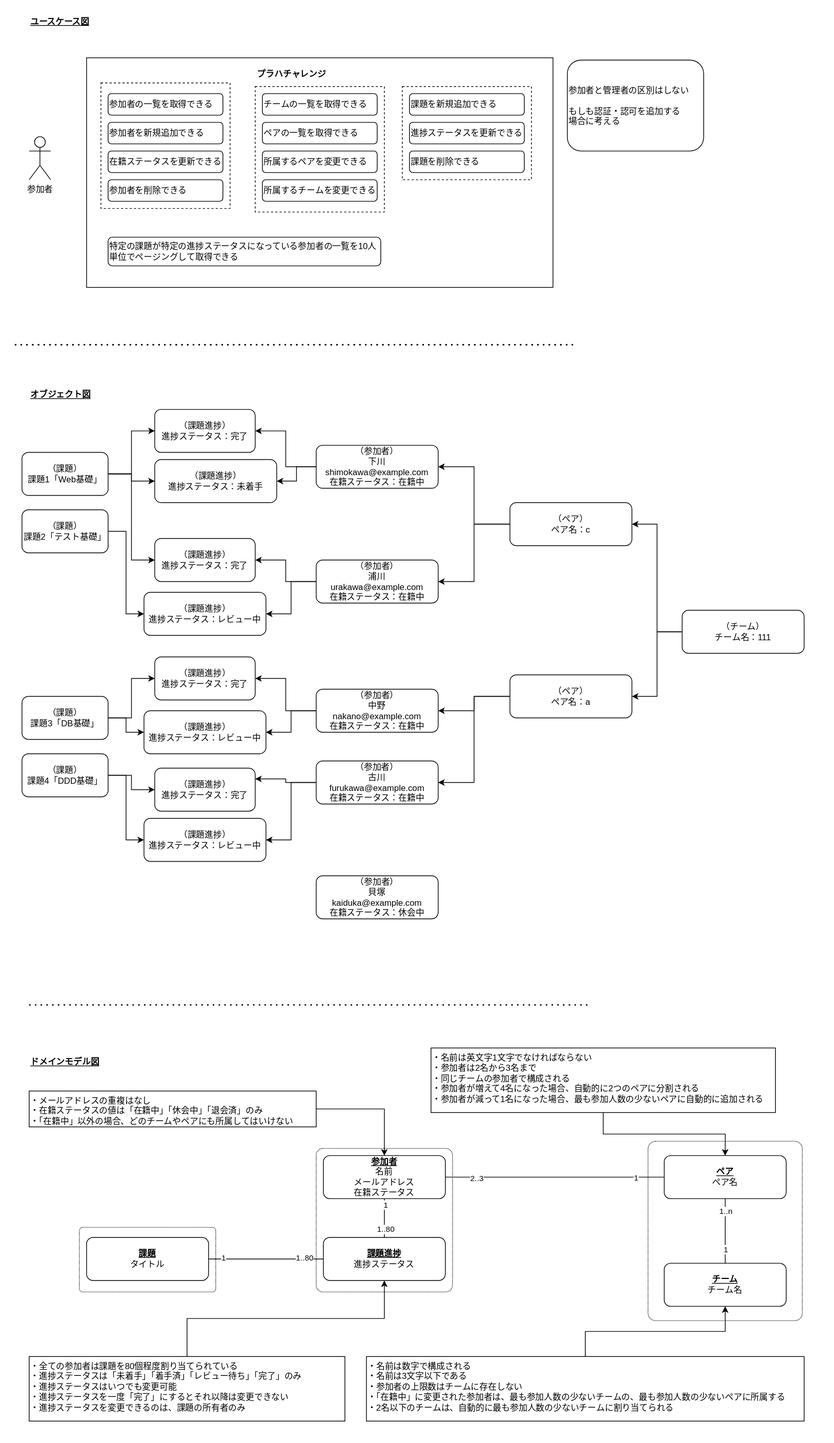
Above: modeling/modeling.drawio.svg in KeisukeShimokawa/praha-challenges-ddd (draw.io), before the change. Source tidied: cells renumbered, new cells last; positions are measured from the earlier drawing's top-left corner, leaving out a move shared by most shapes.
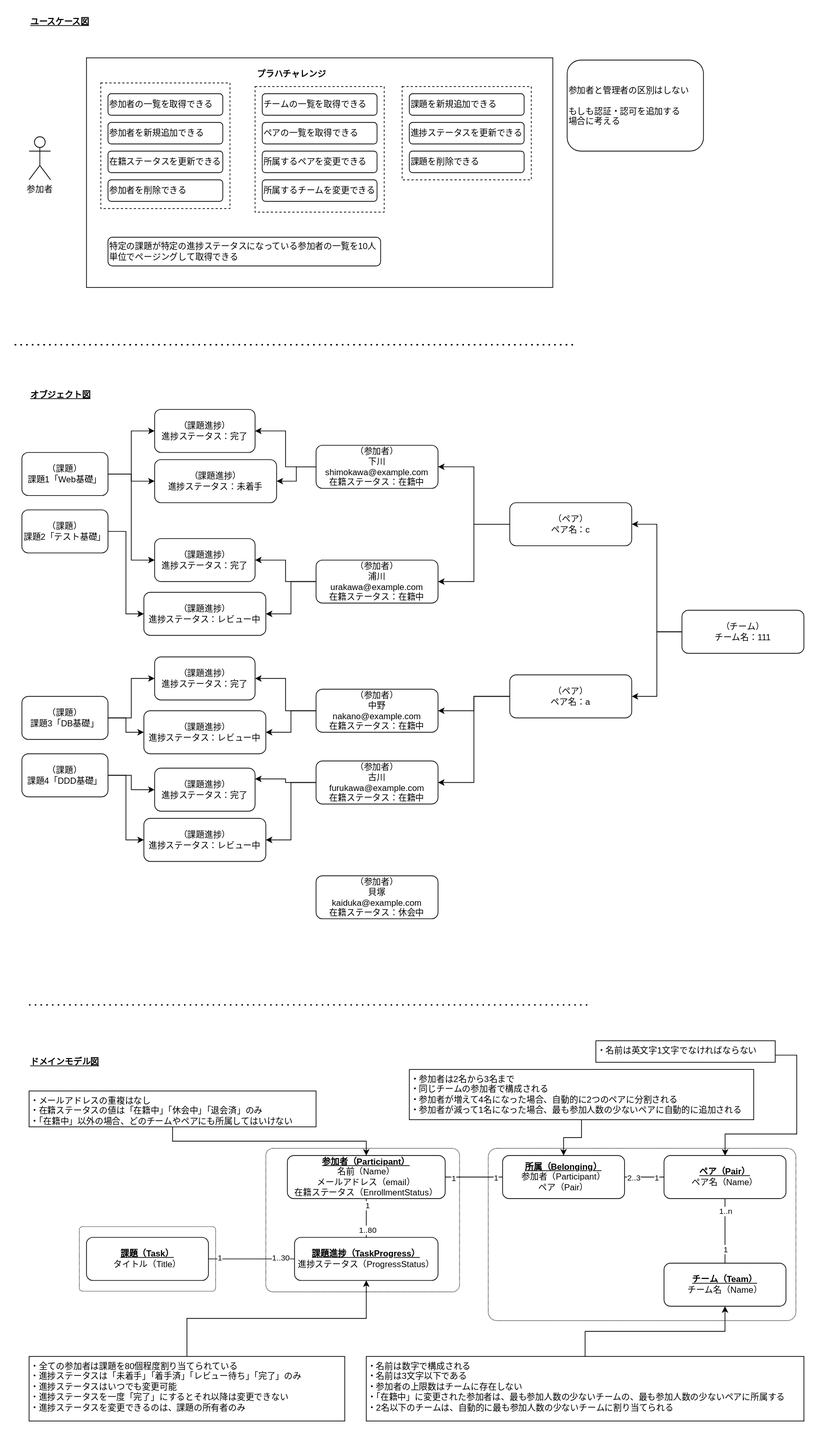
The same file after the commit.

Commit message:
feat: 参加者とペアの所属エンティティを別だし

What changed in the source:
```diff
@@ -2,6 +2,18 @@
   <root>
     <mxCell id="0" />
     <mxCell id="1" parent="0" />
+    <mxCell id="70" style="rounded=0;whiteSpace=wrap;html=1;strokeColor=none;" parent="1" vertex="1">
+      <mxGeometry y="1440" width="1160" height="570" as="geometry" />
+    </mxCell>
+    <mxCell id="93" style="rounded=1;whiteSpace=wrap;html=1;align=left;verticalAlign=top;fillColor=none;dashed=1;dashPattern=1 1;arcSize=5;" parent="1" vertex="1">
+      <mxGeometry x="370" y="1600" width="270" height="200" as="geometry" />
+    </mxCell>
+    <mxCell id="94" style="rounded=1;whiteSpace=wrap;html=1;align=left;verticalAlign=top;fillColor=none;dashed=1;dashPattern=1 1;arcSize=5;" parent="1" vertex="1">
+      <mxGeometry x="110" y="1709" width="190" height="90" as="geometry" />
+    </mxCell>
+    <mxCell id="99" style="rounded=1;whiteSpace=wrap;html=1;align=left;verticalAlign=top;fillColor=none;dashed=1;dashPattern=1 1;arcSize=5;" parent="1" vertex="1">
+      <mxGeometry x="680" y="1600" width="428.8" height="240" as="geometry" />
+    </mxCell>
     <mxCell id="2" style="rounded=0;whiteSpace=wrap;html=1;strokeColor=none;" parent="1" vertex="1">
       <mxGeometry width="990" height="440" as="geometry" />
     </mxCell>
@@ -215,28 +227,25 @@
         <mxPoint x="820" y="1400" as="targetPoint" />
       </mxGeometry>
     </mxCell>
-    <mxCell id="70" style="rounded=0;whiteSpace=wrap;html=1;strokeColor=none;" parent="1" vertex="1">
-      <mxGeometry y="1440" width="1160" height="570" as="geometry" />
-    </mxCell>
     <mxCell id="71" value="ドメインモデル図" style="text;html=1;align=left;verticalAlign=middle;strokeColor=none;fontStyle=5;" parent="1" vertex="1">
       <mxGeometry x="40" y="1470" width="110" height="20" as="geometry" />
     </mxCell>
-    <mxCell id="72" value="&lt;b&gt;&lt;u&gt;参加者&lt;/u&gt;&lt;/b&gt;&lt;br&gt;名前&lt;br&gt;メールアドレス&lt;br&gt;在籍ステータス" style="rounded=1;whiteSpace=wrap;html=1;" parent="1" vertex="1">
-      <mxGeometry x="450" y="1610" width="170" height="60" as="geometry" />
+    <mxCell id="72" value="&lt;b&gt;&lt;u&gt;参加者（Participant）&lt;/u&gt;&lt;/b&gt;&lt;br&gt;名前（Name）&lt;br&gt;メールアドレス（email）&lt;br&gt;在籍ステータス（EnrollmentStatus）" style="rounded=1;whiteSpace=wrap;html=1;" parent="1" vertex="1">
+      <mxGeometry x="400" y="1610" width="220" height="60" as="geometry" />
     </mxCell>
-    <mxCell id="73" value="&lt;b&gt;&lt;u&gt;課題&lt;/u&gt;&lt;/b&gt;&lt;br&gt;タイトル" style="rounded=1;whiteSpace=wrap;html=1;" parent="1" vertex="1">
+    <mxCell id="73" value="&lt;b&gt;&lt;u&gt;課題（Task）&lt;/u&gt;&lt;/b&gt;&lt;br&gt;タイトル（Title）" style="rounded=1;whiteSpace=wrap;html=1;" parent="1" vertex="1">
       <mxGeometry x="120" y="1724" width="170" height="60" as="geometry" />
     </mxCell>
-    <mxCell id="74" value="&lt;b&gt;&lt;u&gt;課題進捗&lt;/u&gt;&lt;/b&gt;&lt;br&gt;進捗ステータス" style="rounded=1;whiteSpace=wrap;html=1;" parent="1" vertex="1">
-      <mxGeometry x="450" y="1724" width="170" height="60" as="geometry" />
+    <mxCell id="74" value="&lt;b&gt;&lt;u&gt;課題進捗（TaskProgress）&lt;/u&gt;&lt;/b&gt;&lt;br&gt;進捗ステータス（ProgressStatus）" style="rounded=1;whiteSpace=wrap;html=1;" parent="1" vertex="1">
+      <mxGeometry x="410" y="1724" width="200" height="60" as="geometry" />
     </mxCell>
-    <mxCell id="75" value="&lt;b&gt;&lt;u&gt;ペア&lt;/u&gt;&lt;/b&gt;&lt;br&gt;ペア名" style="rounded=1;whiteSpace=wrap;html=1;" parent="1" vertex="1">
+    <mxCell id="75" value="&lt;b&gt;&lt;u&gt;ペア（Pair）&lt;/u&gt;&lt;/b&gt;&lt;br&gt;ペア名（Name）" style="rounded=1;whiteSpace=wrap;html=1;" parent="1" vertex="1">
       <mxGeometry x="925" y="1610" width="170" height="60" as="geometry" />
     </mxCell>
-    <mxCell id="76" value="&lt;b&gt;&lt;u&gt;チーム&lt;/u&gt;&lt;/b&gt;&lt;br&gt;チーム名" style="rounded=1;whiteSpace=wrap;html=1;" parent="1" vertex="1">
+    <mxCell id="76" value="&lt;b&gt;&lt;u&gt;チーム（Team）&lt;/u&gt;&lt;/b&gt;&lt;br&gt;チーム名（Name）" style="rounded=1;whiteSpace=wrap;html=1;" parent="1" vertex="1">
       <mxGeometry x="925" y="1760" width="170" height="60" as="geometry" />
     </mxCell>
-    <mxCell id="77" style="endArrow=none;html=1;entryX=0.5;entryY=1;entryDx=0;entryDy=0;" parent="1" edge="1" source="76" target="75">
+    <mxCell id="77" style="endArrow=none;html=1;entryX=0.5;entryY=1;entryDx=0;entryDy=0;exitX=0.5;exitY=0;exitDx=0;exitDy=0;" parent="1" edge="1" source="76" target="75">
       <mxGeometry relative="1" as="geometry" />
     </mxCell>
     <mxCell id="78" value="1..n" style="edgeLabel;html=1;align=center;verticalAlign=middle;" parent="77" vertex="1">
@@ -245,10 +254,10 @@
     <mxCell id="79" value="1" style="edgeLabel;html=1;align=center;verticalAlign=middle;" parent="77" vertex="1">
       <mxGeometry x="-0.56" relative="1" as="geometry" />
     </mxCell>
-    <mxCell id="80" style="endArrow=none;html=1;entryX=0;entryY=0.5;entryDx=0;entryDy=0;exitX=1;exitY=0.5;exitDx=0;exitDy=0;" parent="1" edge="1" source="72" target="75">
+    <mxCell id="80" style="endArrow=none;html=1;entryX=0;entryY=0.5;entryDx=0;entryDy=0;exitX=1;exitY=0.5;exitDx=0;exitDy=0;" parent="1" edge="1" source="72" target="102">
       <mxGeometry relative="1" as="geometry" />
     </mxCell>
-    <mxCell id="81" value="2..3" style="edgeLabel;html=1;align=center;verticalAlign=middle;" parent="80" vertex="1">
+    <mxCell id="81" value="1" style="edgeLabel;html=1;align=center;verticalAlign=middle;" parent="80" vertex="1">
       <mxGeometry x="-0.72" y="-1" relative="1" as="geometry" />
     </mxCell>
     <mxCell id="82" value="1" style="edgeLabel;html=1;align=center;verticalAlign=middle;" parent="80" vertex="1">
@@ -269,7 +278,7 @@
     <mxCell id="87" value="1" style="edgeLabel;html=1;align=center;verticalAlign=middle;" parent="86" vertex="1">
       <mxGeometry x="0.74" y="-2" relative="1" as="geometry" />
     </mxCell>
-    <mxCell id="88" value="1..80" style="edgeLabel;html=1;align=center;verticalAlign=middle;" parent="86" vertex="1">
+    <mxCell id="88" value="1..30" style="edgeLabel;html=1;align=center;verticalAlign=middle;" parent="86" vertex="1">
       <mxGeometry x="-0.67" y="-2" relative="1" as="geometry" />
     </mxCell>
     <mxCell id="89" style="edgeStyle=orthogonalEdgeStyle;rounded=0;jettySize=auto;html=1;entryX=0.5;entryY=0;entryDx=0;entryDy=0;" parent="1" edge="1" source="90" target="72">
@@ -284,17 +293,17 @@
     <mxCell id="92" value="・全ての参加者は課題を80個程度割り当てられている&lt;br&gt;・進捗ステータスは「未着手」「着手済」「レビュー待ち」「完了」のみ&lt;br&gt;・進捗ステータスはいつでも変更可能&lt;br&gt;・進捗ステータスを一度「完了」にするとそれ以降は変更できない&lt;br&gt;・進捗ステータスを変更できるのは、課題の所有者のみ" style="rounded=0;whiteSpace=wrap;html=1;align=left;verticalAlign=top;" parent="1" vertex="1">
       <mxGeometry x="40" y="1890" width="440" height="90" as="geometry" />
     </mxCell>
-    <mxCell id="93" style="rounded=1;whiteSpace=wrap;html=1;align=left;verticalAlign=top;fillColor=none;dashed=1;dashPattern=1 1;arcSize=5;" parent="1" vertex="1">
-      <mxGeometry x="440" y="1600" width="190" height="200" as="geometry" />
-    </mxCell>
-    <mxCell id="94" style="rounded=1;whiteSpace=wrap;html=1;align=left;verticalAlign=top;fillColor=none;dashed=1;dashPattern=1 1;arcSize=5;" parent="1" vertex="1">
-      <mxGeometry x="110" y="1710" width="190" height="90" as="geometry" />
-    </mxCell>
-    <mxCell id="95" style="edgeStyle=orthogonalEdgeStyle;rounded=0;jettySize=auto;html=1;entryX=0.5;entryY=0;entryDx=0;entryDy=0;" parent="1" edge="1" source="96" target="75">
-      <mxGeometry relative="1" as="geometry" />
-    </mxCell>
+    <mxCell id="101" style="edgeStyle=orthogonalEdgeStyle;rounded=0;jettySize=auto;html=1;entryX=0.77;entryY=0.042;entryDx=0;entryDy=0;entryPerimeter=0;" parent="1" edge="1" source="96" target="99">
+      <mxGeometry relative="1" as="geometry">
+        <Array as="points">
+          <mxPoint x="1110" y="1470" />
+          <mxPoint x="1110" y="1580" />
+          <mxPoint x="1010" y="1580" />
+        </Array>
+      </mxGeometry>
+    </mxCell>
-    <mxCell id="96" value="・名前は英文字1文字でなければならない&lt;br&gt;・参加者は2名から3名まで&lt;br&gt;・同じチームの参加者で構成される&lt;br&gt;・参加者が増えて4名になった場合、自動的に2つのペアに分割される&lt;br&gt;・参加者が減って1名になった場合、最も参加人数の少ないペアに自動的に追加される" style="rounded=0;whiteSpace=wrap;html=1;align=left;verticalAlign=top;" parent="1" vertex="1">
-      <mxGeometry x="600" y="1460" width="480" height="90" as="geometry" />
+    <mxCell id="96" value="・名前は英文字1文字でなければならない" style="rounded=0;whiteSpace=wrap;html=1;align=left;verticalAlign=top;" parent="1" vertex="1">
+      <mxGeometry x="830" y="1450" width="250" height="30" as="geometry" />
     </mxCell>
     <mxCell id="97" style="edgeStyle=orthogonalEdgeStyle;rounded=0;jettySize=auto;html=1;entryX=0.5;entryY=1;entryDx=0;entryDy=0;" parent="1" edge="1" source="98" target="76">
       <mxGeometry relative="1" as="geometry" />
@@ -302,11 +311,26 @@
     <mxCell id="98" value="・名前は数字で構成される&lt;br&gt;・名前は3文字以下である&lt;br&gt;・参加者の上限数はチームに存在しない&lt;br&gt;・「在籍中」に変更された参加者は、最も参加人数の少ないチームの、最も参加人数の少ないペアに所属する&lt;br&gt;・2名以下のチームは、自動的に最も参加人数の少ないチームに割り当てられる" style="rounded=0;whiteSpace=wrap;html=1;align=left;verticalAlign=top;" parent="1" vertex="1">
       <mxGeometry x="510" y="1890" width="610" height="90" as="geometry" />
     </mxCell>
-    <mxCell id="99" style="rounded=1;whiteSpace=wrap;html=1;align=left;verticalAlign=top;fillColor=none;dashed=1;dashPattern=1 1;arcSize=5;" parent="1" vertex="1">
-      <mxGeometry x="902.5" y="1590" width="215" height="250" as="geometry" />
-    </mxCell>
     <mxCell id="100" value="参加者と管理者の区別はしない&lt;br&gt;&lt;br&gt;もしも認証・認可を追加する&lt;br&gt;場合に考える" style="rounded=1;whiteSpace=wrap;html=1;align=left;" parent="1" vertex="1">
       <mxGeometry x="790" y="83.2" width="190" height="126.8" as="geometry" />
     </mxCell>
+    <mxCell id="102" value="&lt;b&gt;&lt;u&gt;所属（Belonging）&lt;/u&gt;&lt;/b&gt;&lt;br&gt;参加者（Participant）&lt;br&gt;ペア（Pair）" style="rounded=1;whiteSpace=wrap;html=1;" parent="1" vertex="1">
+      <mxGeometry x="700" y="1610" width="170" height="60" as="geometry" />
+    </mxCell>
+    <mxCell id="103" style="endArrow=none;html=1;entryX=0;entryY=0.5;entryDx=0;entryDy=0;exitX=1;exitY=0.5;exitDx=0;exitDy=0;" parent="1" edge="1" source="102" target="75">
+      <mxGeometry relative="1" as="geometry" />
+    </mxCell>
+    <mxCell id="104" value="1" style="edgeLabel;html=1;align=center;verticalAlign=middle;" parent="103" vertex="1">
+      <mxGeometry x="0.61" relative="1" as="geometry" />
+    </mxCell>
+    <mxCell id="105" value="2..3" style="edgeLabel;html=1;align=center;verticalAlign=middle;" parent="103" vertex="1">
+      <mxGeometry x="-0.56" relative="1" as="geometry" />
+    </mxCell>
+    <mxCell id="106" style="edgeStyle=orthogonalEdgeStyle;rounded=0;jettySize=auto;html=1;entryX=0.5;entryY=0;entryDx=0;entryDy=0;" parent="1" edge="1" source="107" target="102">
+      <mxGeometry relative="1" as="geometry" />
+    </mxCell>
+    <mxCell id="107" value="・参加者は2名から3名まで&lt;br&gt;・同じチームの参加者で構成される&lt;br&gt;・参加者が増えて4名になった場合、自動的に2つのペアに分割される&lt;br&gt;・参加者が減って1名になった場合、最も参加人数の少ないペアに自動的に追加される" style="rounded=0;whiteSpace=wrap;html=1;align=left;verticalAlign=top;" parent="1" vertex="1">
+      <mxGeometry x="570" y="1490" width="480" height="70" as="geometry" />
+    </mxCell>
   </root>
 </mxGraphModel>
```
